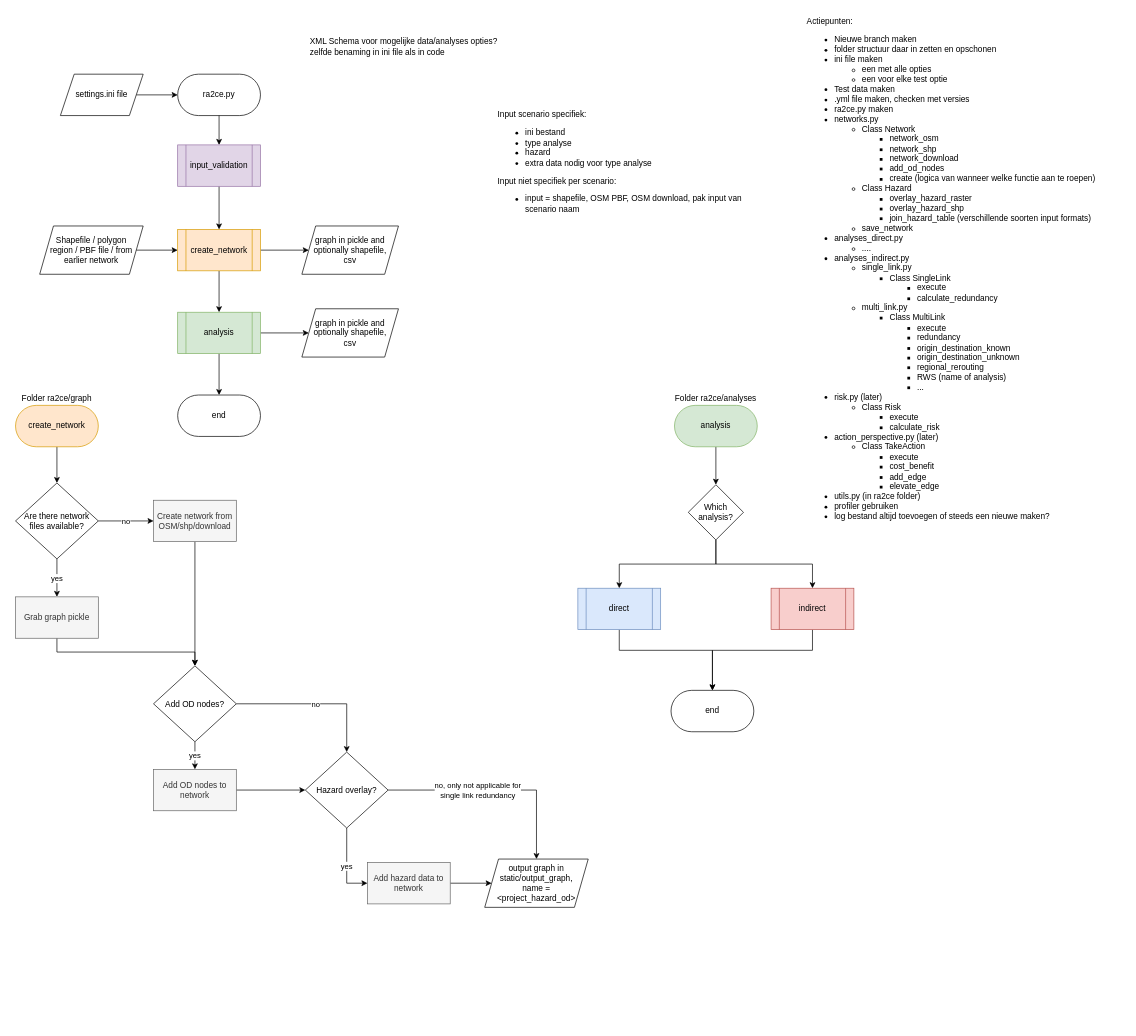
The draw.io diagram RA2CE overview.drawio in Deltares/ra2ce, before the edit. Source tidied: cells renumbered, new cells numbered last; positions are measured from the earlier drawing's top-left corner, leaving out a move shared by most shapes. Both pictures are drawn from the tidied source at 69%, with x=0, y=0 at pixel (12, 12).
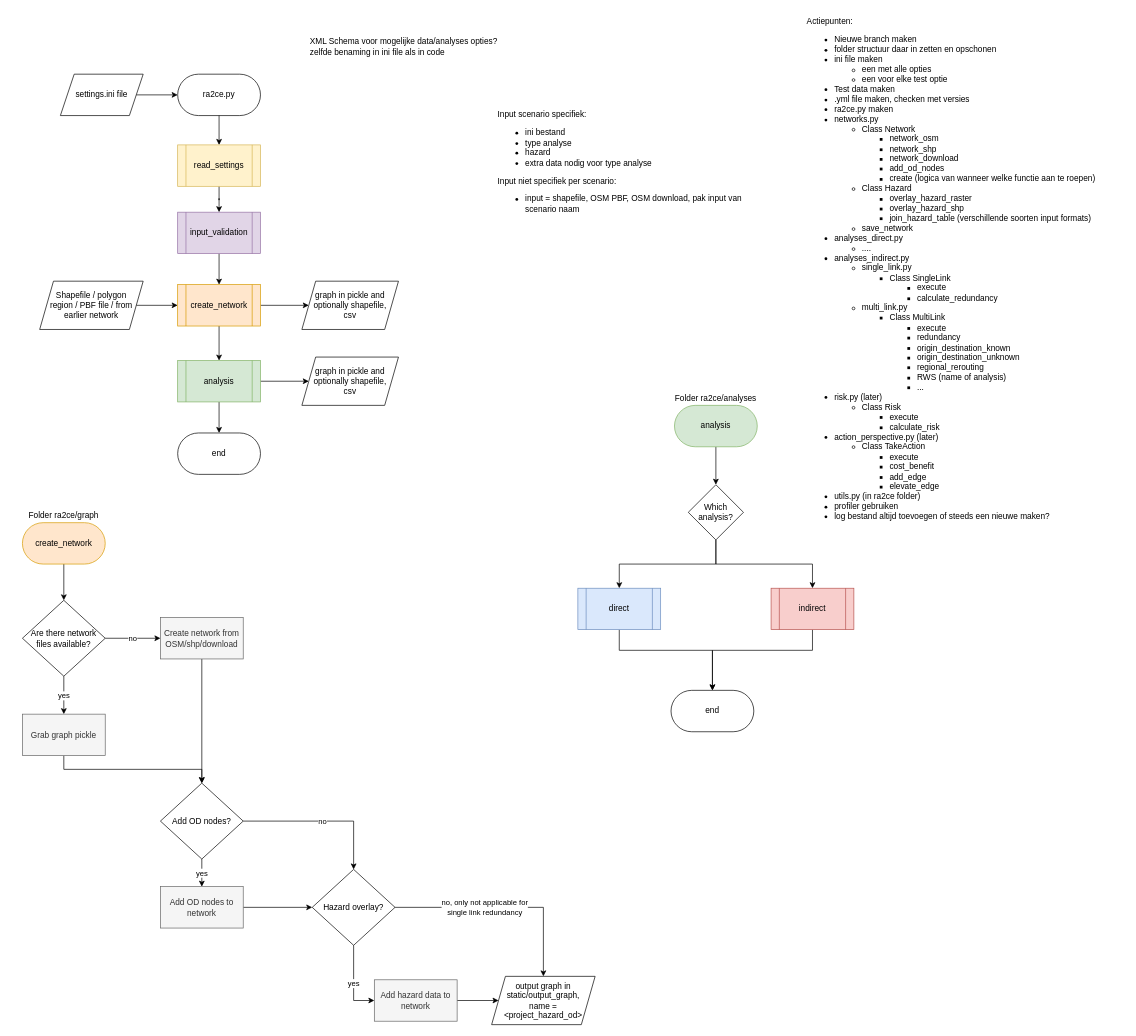
The same diagram, later.

Commit message:
Updated schematic overview

The change refers to these unchanged cells:
```xml
<mxCell id="4" value="ra2ce.py" style="rounded=1;whiteSpace=wrap;html=1;align=center;arcSize=50;" parent="1" vertex="1">
  <mxGeometry x="240" y="90" width="120" height="60" as="geometry" />
</mxCell>
```

The edit, as a diff of the source:
```diff
@@
     <mxCell id="7" value="create_network" style="shape=process;whiteSpace=wrap;html=1;backgroundOutline=1;align=center;fillColor=#ffe6cc;strokeColor=#d79b00;" parent="1" vertex="1">
-      <mxGeometry x="240" y="315" width="120" height="60" as="geometry" />
+      <mxGeometry x="240" y="395" width="120" height="60" as="geometry" />
     </mxCell>
@@
     <mxCell id="10" value="analysis" style="shape=process;whiteSpace=wrap;html=1;backgroundOutline=1;align=center;fillColor=#d5e8d4;strokeColor=#82b366;" parent="1" vertex="1">
-      <mxGeometry x="240" y="435" width="120" height="60" as="geometry" />
+      <mxGeometry x="240" y="505" width="120" height="60" as="geometry" />
     </mxCell>
     <mxCell id="11" value="end" style="rounded=1;whiteSpace=wrap;html=1;align=center;arcSize=50;" parent="1" vertex="1">
-      <mxGeometry x="240" y="555" width="120" height="60" as="geometry" />
+      <mxGeometry x="240" y="610" width="120" height="60" as="geometry" />
     </mxCell>
     <mxCell id="12" value="graph in pickle and optionally shapefile,&lt;br&gt;csv" style="shape=parallelogram;perimeter=parallelogramPerimeter;whiteSpace=wrap;html=1;fixedSize=1;align=center;" parent="1" vertex="1">
-      <mxGeometry x="420" y="310" width="140" height="70" as="geometry" />
+      <mxGeometry x="420" y="390" width="140" height="70" as="geometry" />
     </mxCell>
@@
     <mxCell id="14" value="Shapefile / polygon &lt;br&gt;region / PBF file / from earlier network" style="shape=parallelogram;perimeter=parallelogramPerimeter;whiteSpace=wrap;html=1;fixedSize=1;align=center;" parent="1" vertex="1">
-      <mxGeometry x="40" y="310" width="150" height="70" as="geometry" />
+      <mxGeometry x="40" y="390" width="150" height="70" as="geometry" />
     </mxCell>
@@
     <mxCell id="18" value="create_network" style="rounded=1;whiteSpace=wrap;html=1;align=center;arcSize=50;fillColor=#ffe6cc;strokeColor=#d79b00;" parent="1" vertex="1">
-      <mxGeometry x="5" y="570" width="120" height="60" as="geometry" />
+      <mxGeometry x="15" y="740" width="120" height="60" as="geometry" />
     </mxCell>
@@
     <mxCell id="22" value="graph in pickle and optionally shapefile,&lt;br&gt;csv" style="shape=parallelogram;perimeter=parallelogramPerimeter;whiteSpace=wrap;html=1;fixedSize=1;align=center;" parent="1" vertex="1">
-      <mxGeometry x="420" y="430" width="140" height="70" as="geometry" />
+      <mxGeometry x="420" y="500" width="140" height="70" as="geometry" />
     </mxCell>
@@
     <mxCell id="25" value="Are there network files available?" style="rhombus;whiteSpace=wrap;html=1;align=center;" parent="1" vertex="1">
-      <mxGeometry x="5" y="682.5" width="120" height="110" as="geometry" />
+      <mxGeometry x="15" y="852.5" width="120" height="110" as="geometry" />
     </mxCell>
@@
     <mxCell id="28" value="Add OD nodes?" style="rhombus;whiteSpace=wrap;html=1;align=center;" parent="1" vertex="1">
-      <mxGeometry x="205" y="947.5" width="120" height="110" as="geometry" />
+      <mxGeometry x="215" y="1117.5" width="120" height="110" as="geometry" />
     </mxCell>
@@
     <mxCell id="30" value="Hazard overlay?" style="rhombus;whiteSpace=wrap;html=1;align=center;" parent="1" vertex="1">
-      <mxGeometry x="425" y="1072.5" width="120" height="110" as="geometry" />
+      <mxGeometry x="435" y="1242.5" width="120" height="110" as="geometry" />
     </mxCell>
@@
     <mxCell id="32" value="Create network from OSM/shp/download" style="rounded=0;whiteSpace=wrap;html=1;align=center;fillColor=#f5f5f5;strokeColor=#666666;fontColor=#333333;" parent="1" vertex="1">
-      <mxGeometry x="205" y="707.5" width="120" height="60" as="geometry" />
+      <mxGeometry x="215" y="877.5" width="120" height="60" as="geometry" />
     </mxCell>
@@
     <mxCell id="34" value="Grab graph pickle" style="rounded=0;whiteSpace=wrap;html=1;align=center;fillColor=#f5f5f5;strokeColor=#666666;fontColor=#333333;" parent="1" vertex="1">
-      <mxGeometry x="5" y="847.5" width="120" height="60" as="geometry" />
+      <mxGeometry x="15" y="1017.5" width="120" height="60" as="geometry" />
     </mxCell>
@@
     <mxCell id="36" value="Add OD nodes to network" style="rounded=0;whiteSpace=wrap;html=1;align=center;fillColor=#f5f5f5;strokeColor=#666666;fontColor=#333333;" parent="1" vertex="1">
-      <mxGeometry x="205" y="1097.5" width="120" height="60" as="geometry" />
+      <mxGeometry x="215" y="1267.5" width="120" height="60" as="geometry" />
     </mxCell>
     <mxCell id="37" value="output graph in static/output_graph, &lt;br&gt;name = &amp;lt;project_hazard_od&amp;gt;" style="shape=parallelogram;perimeter=parallelogramPerimeter;whiteSpace=wrap;html=1;fixedSize=1;align=center;" parent="1" vertex="1">
-      <mxGeometry x="685" y="1227.5" width="150" height="70" as="geometry" />
+      <mxGeometry x="695" y="1397.5" width="150" height="70" as="geometry" />
     </mxCell>
@@
     <mxCell id="39" value="Add hazard data to network" style="rounded=0;whiteSpace=wrap;html=1;align=center;fillColor=#f5f5f5;strokeColor=#666666;fontColor=#333333;" parent="1" vertex="1">
-      <mxGeometry x="515" y="1232.5" width="120" height="60" as="geometry" />
+      <mxGeometry x="525" y="1402.5" width="120" height="60" as="geometry" />
     </mxCell>
@@
     <mxCell id="41" value="Folder ra2ce/graph" style="text;html=1;strokeColor=none;fillColor=none;align=center;verticalAlign=middle;whiteSpace=wrap;rounded=0;" parent="1" vertex="1">
-      <mxGeometry y="550" width="130" height="20" as="geometry" />
+      <mxGeometry x="10" y="720" width="130" height="20" as="geometry" />
     </mxCell>
@@
     <mxCell id="52" value="input_validation" style="shape=process;whiteSpace=wrap;html=1;backgroundOutline=1;align=center;fillColor=#e1d5e7;strokeColor=#9673a6;" parent="1" vertex="1">
-      <mxGeometry x="240" y="192.5" width="120" height="60" as="geometry" />
+      <mxGeometry x="240" y="290" width="120" height="60" as="geometry" />
     </mxCell>
-    <mxCell id="53" style="edgeStyle=orthogonalEdgeStyle;rounded=0;jettySize=auto;html=1;exitX=0.5;exitY=1;exitDx=0;exitDy=0;" parent="1" edge="1" source="4" target="52">
+    <mxCell id="53" style="edgeStyle=orthogonalEdgeStyle;rounded=0;jettySize=auto;html=1;exitX=0.5;exitY=1;exitDx=0;exitDy=0;startArrow=none;" parent="1" edge="1" source="54" target="52">
       <mxGeometry relative="1" as="geometry" />
     </mxCell>
+    <mxCell id="54" value="read_settings" style="shape=process;whiteSpace=wrap;html=1;backgroundOutline=1;fillColor=#fff2cc;strokeColor=#d6b656;" parent="1" vertex="1">
+      <mxGeometry x="240" y="192.5" width="120" height="60" as="geometry" />
+    </mxCell>
+    <mxCell id="55" style="edgeStyle=orthogonalEdgeStyle;rounded=0;jettySize=auto;html=1;exitX=0.5;exitY=1;exitDx=0;exitDy=0;endArrow=classic;endFill=1;" parent="1" edge="1" source="4" target="54">
+      <mxGeometry relative="1" as="geometry" />
+    </mxCell>
```
